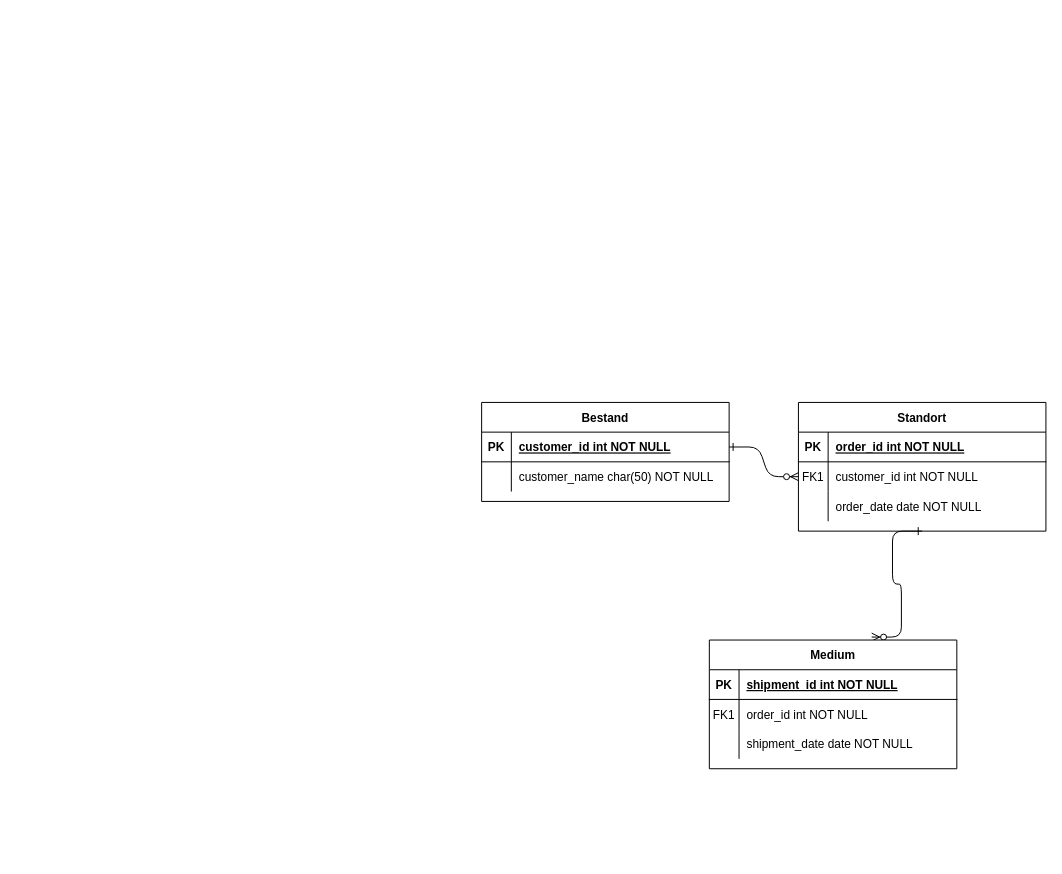
Above: ERM_Bibliotheksverwaltung.drawio in typhooncode-library-administration/1.organization-documentation-wiki (draw.io), before the change. Source tidied: cells renumbered, new cells numbered last; positions are measured from the earlier drawing's top-left corner, leaving out a move shared by most shapes. Both pictures are drawn from the tidied source at 99%, with x=0, y=0 at pixel (481, 402).
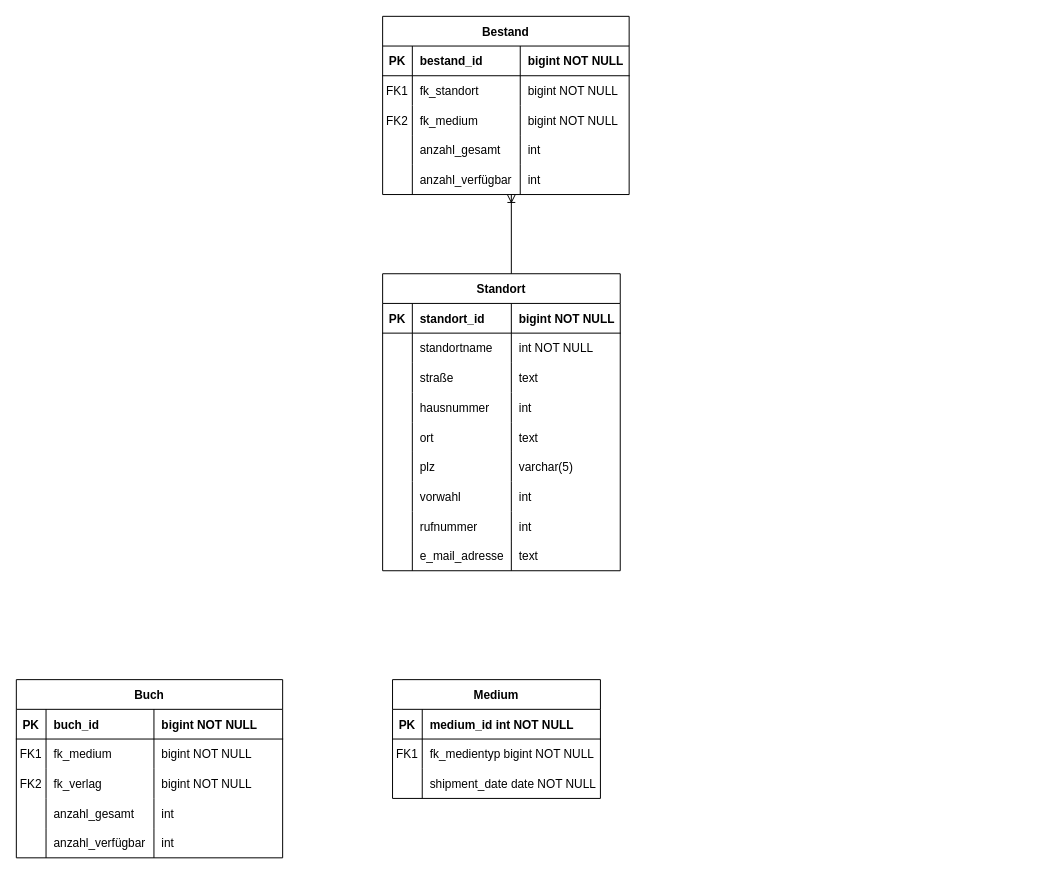
After the change.

What changed in the source:
```diff
@@
-    <mxCell id="2" style="edgeStyle=entityRelationEdgeStyle;endArrow=ERzeroToMany;startArrow=ERone;endFill=1;startFill=0;" parent="1" edge="1" source="25" target="8">
-      <mxGeometry relative="1" as="geometry" />
-    </mxCell>
-    <mxCell id="3" style="edgeStyle=entityRelationEdgeStyle;endArrow=ERzeroToMany;startArrow=ERone;endFill=1;startFill=0;exitX=0.5;exitY=1;exitDx=0;exitDy=0;entryX=0.656;entryY=-0.023;entryDx=0;entryDy=0;entryPerimeter=0;" parent="1" edge="1" source="4" target="14">
-      <mxGeometry relative="1" as="geometry" />
-    </mxCell>
     <mxCell id="4" value="Standort" style="shape=table;startSize=30;childLayout=tableLayout;rowLines=0;fontStyle=1;align=center;" parent="1" vertex="1">
-      <mxGeometry x="320" width="250" height="130" as="geometry" />
+      <mxGeometry x="-100" y="-130" width="240" height="300" as="geometry" />
     </mxCell>
     <mxCell id="5" style="shape=partialRectangle;fillColor=none;top=0;left=0;right=0;bottom=1;" parent="4" vertex="1">
-      <mxGeometry y="30" width="250" height="30" as="geometry" />
+      <mxGeometry y="30" width="240" height="30" as="geometry" />
     </mxCell>
@@
-    <mxCell id="7" value="order_id int NOT NULL " style="shape=partialRectangle;overflow=hidden;fillColor=none;top=0;left=0;bottom=0;right=0;align=left;spacingLeft=6;fontStyle=5;" parent="5" vertex="1">
-      <mxGeometry x="30" width="220" height="30" as="geometry" />
+    <mxCell id="7" value="standort_id" style="shape=partialRectangle;overflow=hidden;fillColor=none;top=0;left=0;bottom=0;right=0;align=left;spacingLeft=6;fontStyle=1;" parent="5" vertex="1">
+      <mxGeometry x="30" width="100" height="30" as="geometry" />
     </mxCell>
+    <mxCell id="31" value="bigint NOT NULL" style="shape=partialRectangle;overflow=hidden;fillColor=none;top=0;left=0;bottom=0;right=0;align=left;spacingLeft=6;fontStyle=1;" parent="5" vertex="1">
+      <mxGeometry x="130" width="110" height="30" as="geometry" />
+    </mxCell>
     <mxCell id="8" style="shape=partialRectangle;fillColor=none;points=[[0,0.5],[1,0.5]];portConstraint=eastwest;top=0;left=0;right=0;bottom=0;" parent="4" vertex="1">
-      <mxGeometry y="60" width="250" height="30" as="geometry" />
+      <mxGeometry y="60" width="240" height="30" as="geometry" />
     </mxCell>
-    <mxCell id="9" value="FK1" style="shape=partialRectangle;overflow=hidden;fillColor=none;top=0;left=0;bottom=0;right=0;" parent="8" vertex="1">
+    <mxCell id="9" style="shape=partialRectangle;overflow=hidden;fillColor=none;top=0;left=0;bottom=0;right=0;" parent="8" vertex="1">
       <mxGeometry width="30" height="30" as="geometry" />
     </mxCell>
-    <mxCell id="10" value="customer_id int NOT NULL" style="shape=partialRectangle;overflow=hidden;fillColor=none;top=0;left=0;bottom=0;right=0;align=left;spacingLeft=6;" parent="8" vertex="1">
-      <mxGeometry x="30" width="220" height="30" as="geometry" />
+    <mxCell id="10" value="standortname" style="shape=partialRectangle;overflow=hidden;fillColor=none;top=0;left=0;bottom=0;right=0;align=left;spacingLeft=6;" parent="8" vertex="1">
+      <mxGeometry x="30" width="100" height="30" as="geometry" />
     </mxCell>
+    <mxCell id="32" value="int NOT NULL" style="shape=partialRectangle;overflow=hidden;fillColor=none;top=0;left=0;bottom=0;right=0;align=left;spacingLeft=6;" parent="8" vertex="1">
+      <mxGeometry x="130" width="110" height="30" as="geometry" />
+    </mxCell>
     <mxCell id="11" style="shape=partialRectangle;fillColor=none;top=0;left=0;right=0;bottom=0;" parent="4" vertex="1">
-      <mxGeometry y="90" width="250" height="30" as="geometry" />
+      <mxGeometry y="90" width="240" height="30" as="geometry" />
     </mxCell>
@@
-    <mxCell id="13" value="order_date date NOT NULL" style="shape=partialRectangle;overflow=hidden;fillColor=none;top=0;left=0;bottom=0;right=0;align=left;spacingLeft=6;" parent="11" vertex="1">
-      <mxGeometry x="30" width="220" height="30" as="geometry" />
+    <mxCell id="13" value="straße" style="shape=partialRectangle;overflow=hidden;fillColor=none;top=0;left=0;bottom=0;right=0;align=left;spacingLeft=6;" parent="11" vertex="1">
+      <mxGeometry x="30" width="100" height="30" as="geometry" />
     </mxCell>
+    <mxCell id="33" value="text" style="shape=partialRectangle;overflow=hidden;fillColor=none;top=0;left=0;bottom=0;right=0;align=left;spacingLeft=6;" parent="11" vertex="1">
+      <mxGeometry x="130" width="110" height="30" as="geometry" />
+    </mxCell>
+    <mxCell id="34" style="shape=partialRectangle;fillColor=none;top=0;left=0;right=0;bottom=0;" parent="4" vertex="1">
+      <mxGeometry y="120" width="240" height="30" as="geometry" />
+    </mxCell>
+    <mxCell id="35" style="shape=partialRectangle;overflow=hidden;fillColor=none;top=0;left=0;bottom=0;right=0;" parent="34" vertex="1">
+      <mxGeometry width="30" height="30" as="geometry" />
+    </mxCell>
+    <mxCell id="36" value="hausnummer" style="shape=partialRectangle;overflow=hidden;fillColor=none;top=0;left=0;bottom=0;right=0;align=left;spacingLeft=6;" parent="34" vertex="1">
+      <mxGeometry x="30" width="100" height="30" as="geometry" />
+    </mxCell>
+    <mxCell id="37" value="int" style="shape=partialRectangle;overflow=hidden;fillColor=none;top=0;left=0;bottom=0;right=0;align=left;spacingLeft=6;" parent="34" vertex="1">
+      <mxGeometry x="130" width="110" height="30" as="geometry" />
+    </mxCell>
+    <mxCell id="38" style="shape=partialRectangle;fillColor=none;top=0;left=0;right=0;bottom=0;" parent="4" vertex="1">
+      <mxGeometry y="150" width="240" height="30" as="geometry" />
+    </mxCell>
+    <mxCell id="39" style="shape=partialRectangle;overflow=hidden;fillColor=none;top=0;left=0;bottom=0;right=0;" parent="38" vertex="1">
+      <mxGeometry width="30" height="30" as="geometry" />
+    </mxCell>
+    <mxCell id="40" value="ort" style="shape=partialRectangle;overflow=hidden;fillColor=none;top=0;left=0;bottom=0;right=0;align=left;spacingLeft=6;" parent="38" vertex="1">
+      <mxGeometry x="30" width="100" height="30" as="geometry" />
+    </mxCell>
+    <mxCell id="41" value="text" style="shape=partialRectangle;overflow=hidden;fillColor=none;top=0;left=0;bottom=0;right=0;align=left;spacingLeft=6;" parent="38" vertex="1">
+      <mxGeometry x="130" width="110" height="30" as="geometry" />
+    </mxCell>
+    <mxCell id="42" style="shape=partialRectangle;fillColor=none;top=0;left=0;right=0;bottom=0;" parent="4" vertex="1">
+      <mxGeometry y="180" width="240" height="30" as="geometry" />
+    </mxCell>
+    <mxCell id="43" style="shape=partialRectangle;overflow=hidden;fillColor=none;top=0;left=0;bottom=0;right=0;" parent="42" vertex="1">
+      <mxGeometry width="30" height="30" as="geometry" />
+    </mxCell>
+    <mxCell id="44" value="plz" style="shape=partialRectangle;overflow=hidden;fillColor=none;top=0;left=0;bottom=0;right=0;align=left;spacingLeft=6;" parent="42" vertex="1">
+      <mxGeometry x="30" width="100" height="30" as="geometry" />
+    </mxCell>
+    <mxCell id="45" value="varchar(5)" style="shape=partialRectangle;overflow=hidden;fillColor=none;top=0;left=0;bottom=0;right=0;align=left;spacingLeft=6;" parent="42" vertex="1">
+      <mxGeometry x="130" width="110" height="30" as="geometry" />
+    </mxCell>
+    <mxCell id="46" style="shape=partialRectangle;fillColor=none;top=0;left=0;right=0;bottom=0;" parent="4" vertex="1">
+      <mxGeometry y="210" width="240" height="30" as="geometry" />
+    </mxCell>
+    <mxCell id="47" style="shape=partialRectangle;overflow=hidden;fillColor=none;top=0;left=0;bottom=0;right=0;" parent="46" vertex="1">
+      <mxGeometry width="30" height="30" as="geometry" />
+    </mxCell>
+    <mxCell id="48" value="vorwahl" style="shape=partialRectangle;overflow=hidden;fillColor=none;top=0;left=0;bottom=0;right=0;align=left;spacingLeft=6;" parent="46" vertex="1">
+      <mxGeometry x="30" width="100" height="30" as="geometry" />
+    </mxCell>
+    <mxCell id="49" value="int" style="shape=partialRectangle;overflow=hidden;fillColor=none;top=0;left=0;bottom=0;right=0;align=left;spacingLeft=6;" parent="46" vertex="1">
+      <mxGeometry x="130" width="110" height="30" as="geometry" />
+    </mxCell>
+    <mxCell id="50" style="shape=partialRectangle;fillColor=none;top=0;left=0;right=0;bottom=0;" parent="4" vertex="1">
+      <mxGeometry y="240" width="240" height="30" as="geometry" />
+    </mxCell>
+    <mxCell id="51" style="shape=partialRectangle;overflow=hidden;fillColor=none;top=0;left=0;bottom=0;right=0;" parent="50" vertex="1">
+      <mxGeometry width="30" height="30" as="geometry" />
+    </mxCell>
+    <mxCell id="52" value="rufnummer          " style="shape=partialRectangle;overflow=hidden;fillColor=none;top=0;left=0;bottom=0;right=0;align=left;spacingLeft=6;" parent="50" vertex="1">
+      <mxGeometry x="30" width="100" height="30" as="geometry" />
+    </mxCell>
+    <mxCell id="53" value="int" style="shape=partialRectangle;overflow=hidden;fillColor=none;top=0;left=0;bottom=0;right=0;align=left;spacingLeft=6;" parent="50" vertex="1">
+      <mxGeometry x="130" width="110" height="30" as="geometry" />
+    </mxCell>
+    <mxCell id="54" style="shape=partialRectangle;fillColor=none;top=0;left=0;right=0;bottom=0;" parent="4" vertex="1">
+      <mxGeometry y="270" width="240" height="30" as="geometry" />
+    </mxCell>
+    <mxCell id="55" style="shape=partialRectangle;overflow=hidden;fillColor=none;top=0;left=0;bottom=0;right=0;" parent="54" vertex="1">
+      <mxGeometry width="30" height="30" as="geometry" />
+    </mxCell>
+    <mxCell id="56" value="e_mail_adresse" style="shape=partialRectangle;overflow=hidden;fillColor=none;top=0;left=0;bottom=0;right=0;align=left;spacingLeft=6;" parent="54" vertex="1">
+      <mxGeometry x="30" width="100" height="30" as="geometry" />
+    </mxCell>
+    <mxCell id="57" value="text" style="shape=partialRectangle;overflow=hidden;fillColor=none;top=0;left=0;bottom=0;right=0;align=left;spacingLeft=6;" parent="54" vertex="1">
+      <mxGeometry x="130" width="110" height="30" as="geometry" />
+    </mxCell>
     <mxCell id="14" value="Medium" style="shape=table;startSize=30;childLayout=tableLayout;rowLines=0;fontStyle=1;align=center;" parent="1" vertex="1">
-      <mxGeometry x="230" y="240" width="250" height="130" as="geometry" />
+      <mxGeometry x="-90" y="280" width="210" height="120" as="geometry" />
     </mxCell>
     <mxCell id="15" style="shape=partialRectangle;fillColor=none;top=0;left=0;right=0;bottom=1;" parent="14" vertex="1">
-      <mxGeometry y="30" width="250" height="30" as="geometry" />
+      <mxGeometry y="30" width="210" height="30" as="geometry" />
     </mxCell>
@@
-    <mxCell id="17" value="shipment_id int NOT NULL " style="shape=partialRectangle;overflow=hidden;fillColor=none;top=0;left=0;bottom=0;right=0;align=left;spacingLeft=6;fontStyle=5;" parent="15" vertex="1">
-      <mxGeometry x="30" width="220" height="30" as="geometry" />
+    <mxCell id="17" value="medium_id int NOT NULL " style="shape=partialRectangle;overflow=hidden;fillColor=none;top=0;left=0;bottom=0;right=0;align=left;spacingLeft=6;fontStyle=1;" parent="15" vertex="1">
+      <mxGeometry x="30" width="180" height="30" as="geometry" />
     </mxCell>
     <mxCell id="18" style="shape=partialRectangle;fillColor=none;top=0;left=0;right=0;bottom=0;" parent="14" vertex="1">
-      <mxGeometry y="60" width="250" height="30" as="geometry" />
+      <mxGeometry y="60" width="210" height="30" as="geometry" />
     </mxCell>
@@
-    <mxCell id="20" value="order_id int NOT NULL" style="shape=partialRectangle;overflow=hidden;fillColor=none;top=0;left=0;bottom=0;right=0;align=left;spacingLeft=6;" parent="18" vertex="1">
-      <mxGeometry x="30" width="220" height="30" as="geometry" />
+    <mxCell id="20" value="fk_medientyp bigint NOT NULL" style="shape=partialRectangle;overflow=hidden;fillColor=none;top=0;left=0;bottom=0;right=0;align=left;spacingLeft=6;" parent="18" vertex="1">
+      <mxGeometry x="30" width="180" height="30" as="geometry" />
     </mxCell>
     <mxCell id="21" style="shape=partialRectangle;fillColor=none;top=0;left=0;right=0;bottom=0;" parent="14" vertex="1">
-      <mxGeometry y="90" width="250" height="30" as="geometry" />
+      <mxGeometry y="90" width="210" height="30" as="geometry" />
     </mxCell>
@@
     <mxCell id="23" value="shipment_date date NOT NULL" style="shape=partialRectangle;overflow=hidden;fillColor=none;top=0;left=0;bottom=0;right=0;align=left;spacingLeft=6;" parent="21" vertex="1">
-      <mxGeometry x="30" width="220" height="30" as="geometry" />
+      <mxGeometry x="30" width="180" height="30" as="geometry" />
     </mxCell>
     <mxCell id="24" value="Bestand" style="shape=table;startSize=30;childLayout=tableLayout;rowLines=0;fontStyle=1;align=center;" parent="1" vertex="1">
-      <mxGeometry width="250" height="100" as="geometry" />
+      <mxGeometry x="-100" y="-390" width="249" height="180" as="geometry" />
     </mxCell>
     <mxCell id="25" style="shape=partialRectangle;fillColor=none;points=[[0,0.5],[1,0.5]];portConstraint=eastwest;top=0;left=0;right=0;bottom=1;" parent="24" vertex="1">
-      <mxGeometry y="30" width="250" height="30" as="geometry" />
+      <mxGeometry y="30" width="249" height="30" as="geometry" />
     </mxCell>
@@
-    <mxCell id="27" value="customer_id int NOT NULL " style="shape=partialRectangle;overflow=hidden;fillColor=none;top=0;left=0;bottom=0;right=0;align=left;spacingLeft=6;fontStyle=5;" parent="25" vertex="1">
-      <mxGeometry x="30" width="220" height="30" as="geometry" />
+    <mxCell id="27" value="bestand_id" style="shape=partialRectangle;overflow=hidden;fillColor=none;top=0;left=0;bottom=0;right=0;align=left;spacingLeft=6;fontStyle=1;" parent="25" vertex="1">
+      <mxGeometry x="30" width="109" height="30" as="geometry" />
     </mxCell>
+    <mxCell id="58" value="bigint NOT NULL" style="shape=partialRectangle;overflow=hidden;fillColor=none;top=0;left=0;bottom=0;right=0;align=left;spacingLeft=6;fontStyle=1;" parent="25" vertex="1">
+      <mxGeometry x="139" width="110" height="30" as="geometry" />
+    </mxCell>
     <mxCell id="28" style="shape=partialRectangle;fillColor=none;top=0;left=0;right=0;bottom=0;" parent="24" vertex="1">
-      <mxGeometry y="60" width="250" height="30" as="geometry" />
+      <mxGeometry y="60" width="249" height="30" as="geometry" />
     </mxCell>
-    <mxCell id="29" style="shape=partialRectangle;overflow=hidden;fillColor=none;top=0;left=0;bottom=0;right=0;" parent="28" vertex="1">
+    <mxCell id="29" value="FK1" style="shape=partialRectangle;overflow=hidden;fillColor=none;top=0;left=0;bottom=0;right=0;" parent="28" vertex="1">
       <mxGeometry width="30" height="30" as="geometry" />
     </mxCell>
-    <mxCell id="30" value="customer_name char(50) NOT NULL" style="shape=partialRectangle;overflow=hidden;fillColor=none;top=0;left=0;bottom=0;right=0;align=left;spacingLeft=6;" parent="28" vertex="1">
-      <mxGeometry x="30" width="220" height="30" as="geometry" />
+    <mxCell id="30" value="fk_standort" style="shape=partialRectangle;overflow=hidden;fillColor=none;top=0;left=0;bottom=0;right=0;align=left;spacingLeft=6;" parent="28" vertex="1">
+      <mxGeometry x="30" width="109" height="30" as="geometry" />
     </mxCell>
+    <mxCell id="59" value="bigint NOT NULL" style="shape=partialRectangle;overflow=hidden;fillColor=none;top=0;left=0;bottom=0;right=0;align=left;spacingLeft=6;" parent="28" vertex="1">
+      <mxGeometry x="139" width="110" height="30" as="geometry" />
+    </mxCell>
+    <mxCell id="60" style="shape=partialRectangle;fillColor=none;top=0;left=0;right=0;bottom=0;" parent="24" vertex="1">
+      <mxGeometry y="90" width="249" height="30" as="geometry" />
+    </mxCell>
+    <mxCell id="61" value="FK2" style="shape=partialRectangle;overflow=hidden;fillColor=none;top=0;left=0;bottom=0;right=0;" parent="60" vertex="1">
+      <mxGeometry width="30" height="30" as="geometry" />
+    </mxCell>
+    <mxCell id="62" value="fk_medium" style="shape=partialRectangle;overflow=hidden;fillColor=none;top=0;left=0;bottom=0;right=0;align=left;spacingLeft=6;" parent="60" vertex="1">
+      <mxGeometry x="30" width="109" height="30" as="geometry" />
+    </mxCell>
+    <mxCell id="63" value="bigint NOT NULL" style="shape=partialRectangle;overflow=hidden;fillColor=none;top=0;left=0;bottom=0;right=0;align=left;spacingLeft=6;" parent="60" vertex="1">
+      <mxGeometry x="139" width="110" height="30" as="geometry" />
+    </mxCell>
+    <mxCell id="64" style="shape=partialRectangle;fillColor=none;top=0;left=0;right=0;bottom=0;" parent="24" vertex="1">
+      <mxGeometry y="120" width="249" height="30" as="geometry" />
+    </mxCell>
+    <mxCell id="65" style="shape=partialRectangle;overflow=hidden;fillColor=none;top=0;left=0;bottom=0;right=0;" parent="64" vertex="1">
+      <mxGeometry width="30" height="30" as="geometry" />
+    </mxCell>
+    <mxCell id="66" value="anzahl_gesamt" style="shape=partialRectangle;overflow=hidden;fillColor=none;top=0;left=0;bottom=0;right=0;align=left;spacingLeft=6;" parent="64" vertex="1">
+      <mxGeometry x="30" width="109" height="30" as="geometry" />
+    </mxCell>
+    <mxCell id="67" value="int" style="shape=partialRectangle;overflow=hidden;fillColor=none;top=0;left=0;bottom=0;right=0;align=left;spacingLeft=6;" parent="64" vertex="1">
+      <mxGeometry x="139" width="110" height="30" as="geometry" />
+    </mxCell>
+    <mxCell id="68" style="shape=partialRectangle;fillColor=none;top=0;left=0;right=0;bottom=0;" parent="24" vertex="1">
+      <mxGeometry y="150" width="249" height="30" as="geometry" />
+    </mxCell>
+    <mxCell id="69" style="shape=partialRectangle;overflow=hidden;fillColor=none;top=0;left=0;bottom=0;right=0;" parent="68" vertex="1">
+      <mxGeometry width="30" height="30" as="geometry" />
+    </mxCell>
+    <mxCell id="70" value="anzahl_verfügbar" style="shape=partialRectangle;overflow=hidden;fillColor=none;top=0;left=0;bottom=0;right=0;align=left;spacingLeft=6;" parent="68" vertex="1">
+      <mxGeometry x="30" width="109" height="30" as="geometry" />
+    </mxCell>
+    <mxCell id="71" value="int" style="shape=partialRectangle;overflow=hidden;fillColor=none;top=0;left=0;bottom=0;right=0;align=left;spacingLeft=6;" parent="68" vertex="1">
+      <mxGeometry x="139" width="110" height="30" as="geometry" />
+    </mxCell>
+    <mxCell id="72" value="Buch" style="shape=table;startSize=30;childLayout=tableLayout;rowLines=0;fontStyle=1;align=center;" parent="1" vertex="1">
+      <mxGeometry x="-470" y="280" width="269" height="180" as="geometry" />
+    </mxCell>
+    <mxCell id="73" style="shape=partialRectangle;fillColor=none;top=0;left=0;right=0;bottom=1;" parent="72" vertex="1">
+      <mxGeometry y="30" width="269" height="30" as="geometry" />
+    </mxCell>
+    <mxCell id="74" value="PK" style="shape=partialRectangle;overflow=hidden;fillColor=none;top=0;left=0;bottom=0;right=0;fontStyle=1;" parent="73" vertex="1">
+      <mxGeometry width="30" height="30" as="geometry" />
+    </mxCell>
+    <mxCell id="75" value="buch_id" style="shape=partialRectangle;overflow=hidden;fillColor=none;top=0;left=0;bottom=0;right=0;align=left;spacingLeft=6;fontStyle=1;" parent="73" vertex="1">
+      <mxGeometry x="30" width="109" height="30" as="geometry" />
+    </mxCell>
+    <mxCell id="76" value="bigint NOT NULL" style="shape=partialRectangle;overflow=hidden;fillColor=none;top=0;left=0;bottom=0;right=0;align=left;spacingLeft=6;fontStyle=1;" parent="73" vertex="1">
+      <mxGeometry x="139" width="130" height="30" as="geometry" />
+    </mxCell>
+    <mxCell id="77" style="shape=partialRectangle;fillColor=none;top=0;left=0;right=0;bottom=0;" parent="72" vertex="1">
+      <mxGeometry y="60" width="269" height="30" as="geometry" />
+    </mxCell>
+    <mxCell id="78" value="FK1" style="shape=partialRectangle;overflow=hidden;fillColor=none;top=0;left=0;bottom=0;right=0;" parent="77" vertex="1">
+      <mxGeometry width="30" height="30" as="geometry" />
+    </mxCell>
+    <mxCell id="79" value="fk_medium" style="shape=partialRectangle;overflow=hidden;fillColor=none;top=0;left=0;bottom=0;right=0;align=left;spacingLeft=6;" parent="77" vertex="1">
+      <mxGeometry x="30" width="109" height="30" as="geometry" />
+    </mxCell>
+    <mxCell id="80" value="bigint NOT NULL" style="shape=partialRectangle;overflow=hidden;fillColor=none;top=0;left=0;bottom=0;right=0;align=left;spacingLeft=6;" parent="77" vertex="1">
+      <mxGeometry x="139" width="130" height="30" as="geometry" />
+    </mxCell>
+    <mxCell id="81" style="shape=partialRectangle;fillColor=none;top=0;left=0;right=0;bottom=0;" parent="72" vertex="1">
+      <mxGeometry y="90" width="269" height="30" as="geometry" />
+    </mxCell>
+    <mxCell id="82" value="FK2" style="shape=partialRectangle;overflow=hidden;fillColor=none;top=0;left=0;bottom=0;right=0;" parent="81" vertex="1">
+      <mxGeometry width="30" height="30" as="geometry" />
+    </mxCell>
+    <mxCell id="83" value="fk_verlag" style="shape=partialRectangle;overflow=hidden;fillColor=none;top=0;left=0;bottom=0;right=0;align=left;spacingLeft=6;" parent="81" vertex="1">
+      <mxGeometry x="30" width="109" height="30" as="geometry" />
+    </mxCell>
+    <mxCell id="84" value="bigint NOT NULL" style="shape=partialRectangle;overflow=hidden;fillColor=none;top=0;left=0;bottom=0;right=0;align=left;spacingLeft=6;" parent="81" vertex="1">
+      <mxGeometry x="139" width="130" height="30" as="geometry" />
+    </mxCell>
+    <mxCell id="85" style="shape=partialRectangle;fillColor=none;top=0;left=0;right=0;bottom=0;" parent="72" vertex="1">
+      <mxGeometry y="120" width="269" height="30" as="geometry" />
+    </mxCell>
+    <mxCell id="86" style="shape=partialRectangle;overflow=hidden;fillColor=none;top=0;left=0;bottom=0;right=0;" parent="85" vertex="1">
+      <mxGeometry width="30" height="30" as="geometry" />
+    </mxCell>
+    <mxCell id="87" value="anzahl_gesamt" style="shape=partialRectangle;overflow=hidden;fillColor=none;top=0;left=0;bottom=0;right=0;align=left;spacingLeft=6;" parent="85" vertex="1">
+      <mxGeometry x="30" width="109" height="30" as="geometry" />
+    </mxCell>
+    <mxCell id="88" value="int" style="shape=partialRectangle;overflow=hidden;fillColor=none;top=0;left=0;bottom=0;right=0;align=left;spacingLeft=6;" parent="85" vertex="1">
+      <mxGeometry x="139" width="130" height="30" as="geometry" />
+    </mxCell>
+    <mxCell id="89" style="shape=partialRectangle;fillColor=none;top=0;left=0;right=0;bottom=0;" parent="72" vertex="1">
+      <mxGeometry y="150" width="269" height="30" as="geometry" />
+    </mxCell>
+    <mxCell id="90" style="shape=partialRectangle;overflow=hidden;fillColor=none;top=0;left=0;bottom=0;right=0;" parent="89" vertex="1">
+      <mxGeometry width="30" height="30" as="geometry" />
+    </mxCell>
+    <mxCell id="91" value="anzahl_verfügbar" style="shape=partialRectangle;overflow=hidden;fillColor=none;top=0;left=0;bottom=0;right=0;align=left;spacingLeft=6;" parent="89" vertex="1">
+      <mxGeometry x="30" width="109" height="30" as="geometry" />
+    </mxCell>
+    <mxCell id="92" value="int" style="shape=partialRectangle;overflow=hidden;fillColor=none;top=0;left=0;bottom=0;right=0;align=left;spacingLeft=6;" parent="89" vertex="1">
+      <mxGeometry x="139" width="130" height="30" as="geometry" />
+    </mxCell>
+    <mxCell id="93" style="fontSize=12;html=1;endArrow=ERoneToMany;rounded=0;entryX=0.482;entryY=1;entryDx=0;entryDy=0;entryPerimeter=0;edgeStyle=orthogonalEdgeStyle;" parent="1" edge="1">
+      <mxGeometry relative="1" as="geometry">
+        <mxPoint x="30" y="-130" as="sourcePoint" />
+        <mxPoint x="30" y="-210" as="targetPoint" />
+      </mxGeometry>
+    </mxCell>
```
